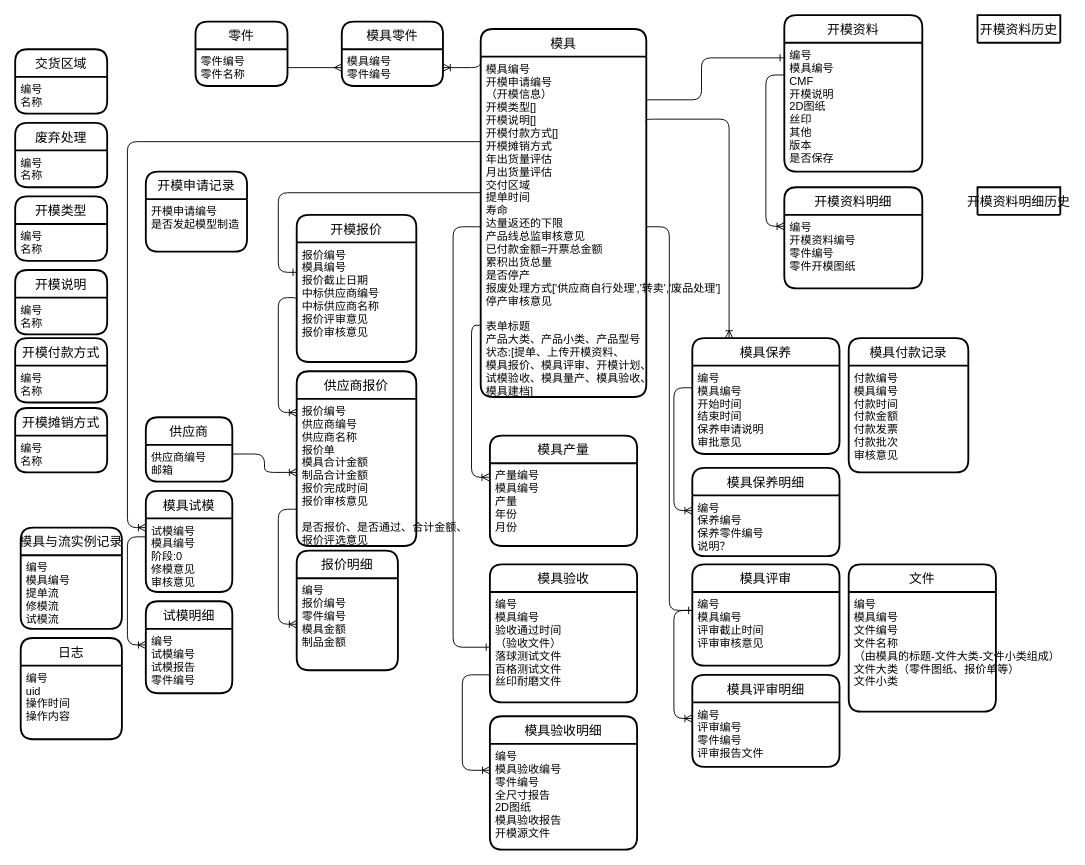
Earlier version of the draw.io diagram page "实体关系图" (1 of 4) of MMS/MMS.drawio (waterwatermelon/graph). Source tidied: cells renumbered, new cells numbered last; positions are measured from the earlier drawing's top-left corner, leaving out a move shared by most shapes. Both pictures are drawn from the tidied source at 92%, with x=0, y=0 at pixel (15, 15).
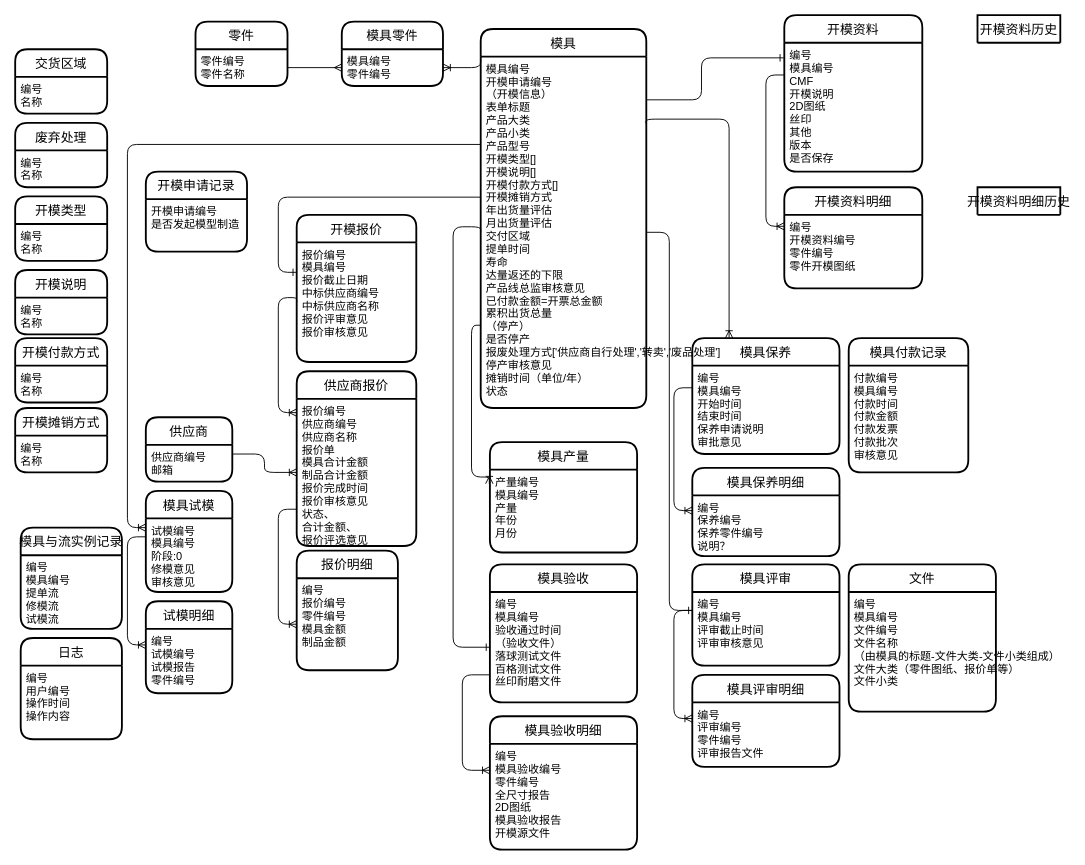
Above is the later version.

Unchanged cells that the change refers to:
```xml
<mxCell id="48" value="供应商报价" style="swimlane;horizontal=1;startSize=30;rounded=1;fontSize=14;fontStyle=0;strokeWidth=2;shadow=0;dashed=0;align=center;" parent="1" vertex="1">
  <mxGeometry x="306" y="387" width="130" height="190" as="geometry" />
</mxCell>
<mxCell id="75" value="日志" style="swimlane;horizontal=1;startSize=30;rounded=1;fontSize=14;fontStyle=0;strokeWidth=2;shadow=0;dashed=0;align=center;" parent="1" vertex="1">
  <mxGeometry x="6" y="677" width="110" height="110" as="geometry" />
</mxCell>
```

The edit, as a diff of the source:
```diff
@@
     <mxCell id="43" value="模具" style="swimlane;horizontal=1;startSize=30;rounded=1;fontSize=14;fontStyle=0;strokeWidth=2;shadow=0;dashed=0;align=center;" parent="1" vertex="1">
-      <mxGeometry x="506" y="15" width="180" height="400" as="geometry" />
+      <mxGeometry x="506" y="15" width="180" height="412" as="geometry" />
     </mxCell>
-    <mxCell id="44" value="模具编号&#10;开模申请编号&#10;（开模信息）&#10;开模类型[]&#10;开模说明[]&#10;开模付款方式[]&#10;开模摊销方式&#10;年出货量评估&#10;月出货量评估&#10;交付区域&#10;提单时间&#10;寿命&#10;达量返还的下限&#10;产品线总监审核意见&#10;已付款金额=开票总金额&#10;累积出货总量&#10;是否停产&#10;报废处理方式['供应商自行处理','转卖','废品处理']&#10;停产审核意见&#10;&#10;表单标题&#10;产品大类、产品小类、产品型号&#10;状态:[提单、上传开模资料、&#10;模具报价、模具评审、开模计划、&#10;试模验收、模具量产、模具验收、&#10;模具建档]" style="align=left;strokeColor=none;fillColor=none;spacingLeft=4;fontSize=12;verticalAlign=top;" parent="43" vertex="1">
-      <mxGeometry y="30" width="180" height="370" as="geometry" />
+    <mxCell id="44" value="模具编号&#10;开模申请编号&#10;（开模信息）&#10;表单标题&#10;产品大类&#10;产品小类&#10;产品型号&#10;开模类型[]&#10;开模说明[]&#10;开模付款方式[]&#10;开模摊销方式&#10;年出货量评估&#10;月出货量评估&#10;交付区域&#10;提单时间&#10;寿命&#10;达量返还的下限&#10;产品线总监审核意见&#10;已付款金额=开票总金额&#10;累积出货总量&#10;（停产）&#10;是否停产&#10;报废处理方式['供应商自行处理','转卖','废品处理']&#10;停产审核意见&#10;摊销时间（单位/年）&#10;状态" style="align=left;strokeColor=none;fillColor=none;spacingLeft=4;fontSize=12;verticalAlign=top;" parent="43" vertex="1">
+      <mxGeometry y="30" width="180" height="382" as="geometry" />
     </mxCell>
@@
-    <mxCell id="49" value="报价编号&#10;供应商编号&#10;供应商名称&#10;报价单&#10;模具合计金额&#10;制品合计金额&#10;报价完成时间&#10;报价审核意见&#10;&#10;是否报价、是否通过、合计金额、&#10;报价评选意见" style="align=left;strokeColor=none;fillColor=none;spacingLeft=4;fontSize=12;verticalAlign=top;" parent="48" vertex="1">
+    <mxCell id="49" value="报价编号&#10;供应商编号&#10;供应商名称&#10;报价单&#10;模具合计金额&#10;制品合计金额&#10;报价完成时间&#10;报价审核意见&#10;状态、&#10;合计金额、&#10;报价评选意见" style="align=left;strokeColor=none;fillColor=none;spacingLeft=4;fontSize=12;verticalAlign=top;" parent="48" vertex="1">
       <mxGeometry y="30" width="130" height="160" as="geometry" />
     </mxCell>
@@
     <mxCell id="65" value="模具产量" style="swimlane;horizontal=1;startSize=30;rounded=1;fontSize=14;fontStyle=0;strokeWidth=2;shadow=0;dashed=0;align=center;" parent="1" vertex="1">
-      <mxGeometry x="516" y="457" width="160" height="120" as="geometry" />
+      <mxGeometry x="516" y="464" width="160" height="120" as="geometry" />
     </mxCell>
@@
-    <mxCell id="76" value="编号&#10;uid&#10;操作时间&#10;操作内容&#10;" style="align=left;strokeColor=none;fillColor=none;spacingLeft=4;fontSize=12;verticalAlign=top;" parent="75" vertex="1">
+    <mxCell id="76" value="编号&#10;用户编号&#10;操作时间&#10;操作内容&#10;" style="align=left;strokeColor=none;fillColor=none;spacingLeft=4;fontSize=12;verticalAlign=top;" parent="75" vertex="1">
       <mxGeometry y="30" width="110" height="80" as="geometry" />
     </mxCell>
```
